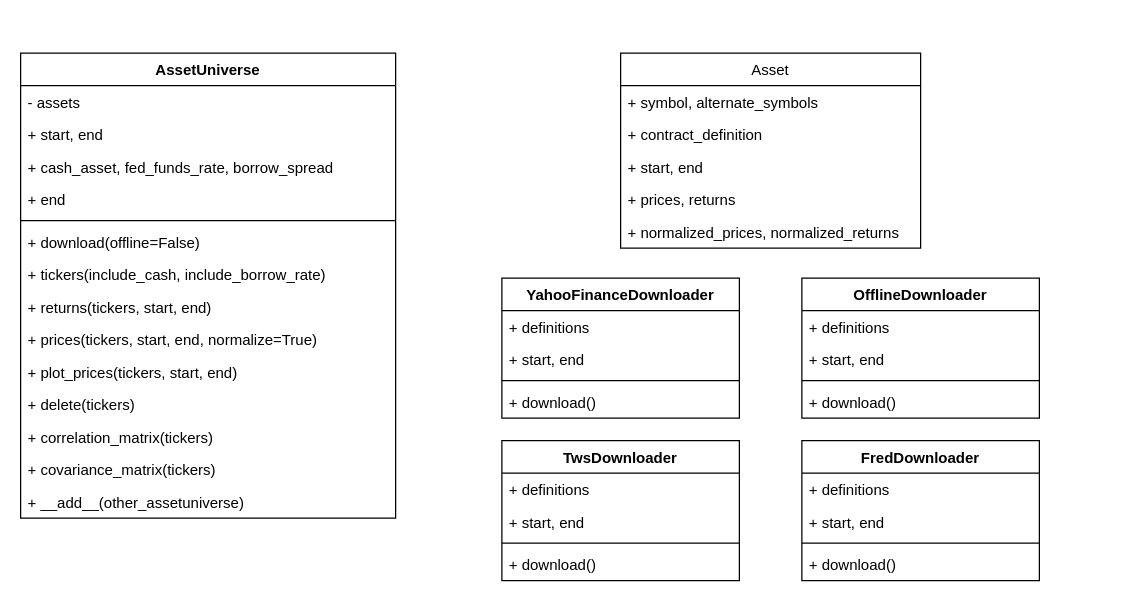
The draw.io diagram diagrams/architecture.drawio in matthewtrotter/assetuniverse, before the edit. Source tidied: cells renumbered, new cells numbered last; positions are measured from the earlier drawing's top-left corner, leaving out a move shared by most shapes. Both pictures are drawn from the tidied source at 125%, with x=0, y=0 at pixel (20, 52).
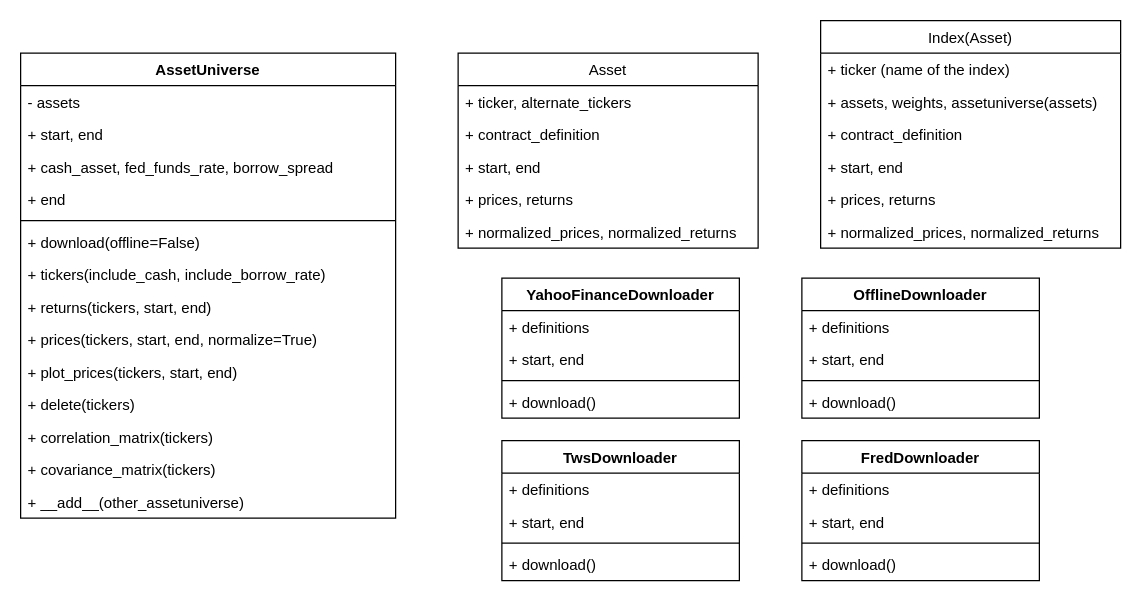
The same diagram, later.

Diff of the diagram source:
```diff
@@
     <mxCell id="2" value="Asset" style="swimlane;fontStyle=0;horizontal=1;startSize=26;fillColor=none;" parent="1" vertex="1">
-      <mxGeometry x="480" width="240" height="156" as="geometry" />
+      <mxGeometry x="350" width="240" height="156" as="geometry" />
     </mxCell>
-    <mxCell id="3" value="+ symbol, alternate_symbols" style="text;strokeColor=none;fillColor=none;align=left;verticalAlign=top;spacingLeft=4;spacingRight=4;overflow=hidden;" parent="2" vertex="1">
+    <mxCell id="3" value="+ ticker, alternate_tickers" style="text;strokeColor=none;fillColor=none;align=left;verticalAlign=top;spacingLeft=4;spacingRight=4;overflow=hidden;" parent="2" vertex="1">
       <mxGeometry y="26" width="240" height="26" as="geometry" />
     </mxCell>
@@
+    <mxCell id="43" value="Index(Asset)" style="swimlane;fontStyle=0;horizontal=1;startSize=26;fillColor=none;" parent="1" vertex="1">
+      <mxGeometry x="640" y="-26" width="240" height="182" as="geometry" />
+    </mxCell>
+    <mxCell id="44" value="+ ticker (name of the index)" style="text;strokeColor=none;fillColor=none;align=left;verticalAlign=top;spacingLeft=4;spacingRight=4;overflow=hidden;" parent="43" vertex="1">
+      <mxGeometry y="26" width="240" height="26" as="geometry" />
+    </mxCell>
+    <mxCell id="45" value="+ assets, weights, assetuniverse(assets)" style="text;strokeColor=none;fillColor=none;align=left;verticalAlign=top;spacingLeft=4;spacingRight=4;overflow=hidden;" parent="43" vertex="1">
+      <mxGeometry y="52" width="240" height="26" as="geometry" />
+    </mxCell>
+    <mxCell id="46" value="+ contract_definition" style="text;strokeColor=none;fillColor=none;align=left;verticalAlign=top;spacingLeft=4;spacingRight=4;overflow=hidden;" parent="43" vertex="1">
+      <mxGeometry y="78" width="240" height="26" as="geometry" />
+    </mxCell>
+    <mxCell id="47" value="+ start, end" style="text;strokeColor=none;fillColor=none;align=left;verticalAlign=top;spacingLeft=4;spacingRight=4;overflow=hidden;" parent="43" vertex="1">
+      <mxGeometry y="104" width="240" height="26" as="geometry" />
+    </mxCell>
+    <mxCell id="48" value="+ prices, returns" style="text;strokeColor=none;fillColor=none;align=left;verticalAlign=top;spacingLeft=4;spacingRight=4;overflow=hidden;" parent="43" vertex="1">
+      <mxGeometry y="130" width="240" height="26" as="geometry" />
+    </mxCell>
+    <mxCell id="49" value="+ normalized_prices, normalized_returns" style="text;strokeColor=none;fillColor=none;align=left;verticalAlign=top;spacingLeft=4;spacingRight=4;overflow=hidden;" parent="43" vertex="1">
+      <mxGeometry y="156" width="240" height="26" as="geometry" />
+    </mxCell>
```
